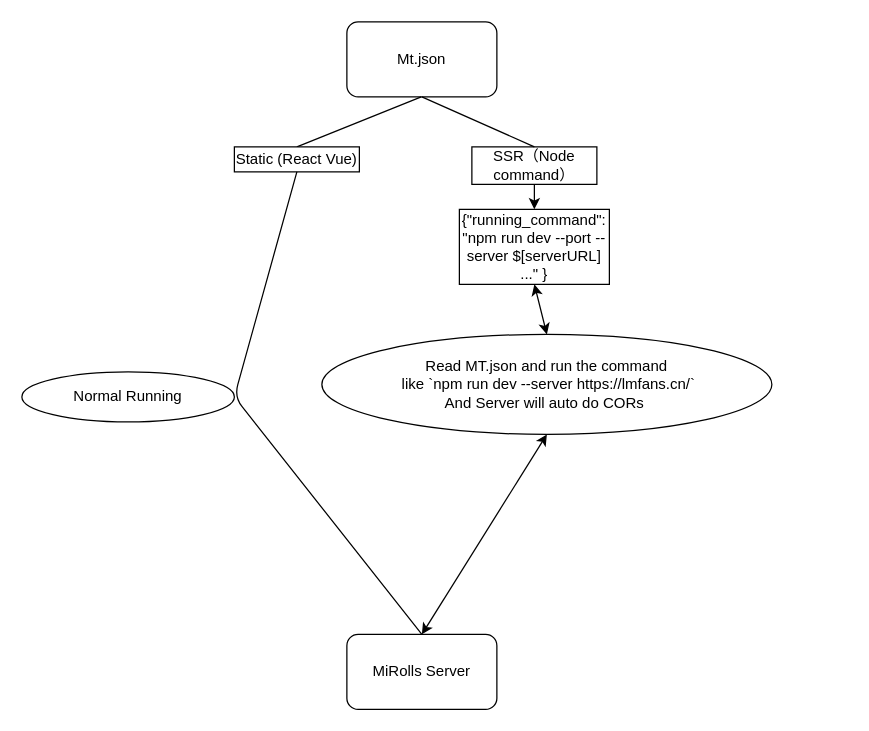
Before: mirolls.drawio in MiRolls/Sllor, a draw.io diagram. Source tidied: cells renumbered, new cells numbered last; positions are measured from the earlier drawing's top-left corner, leaving out a move shared by most shapes. Both pictures are drawn from the tidied source at 125%, with x=0, y=0 at pixel (21, 21).
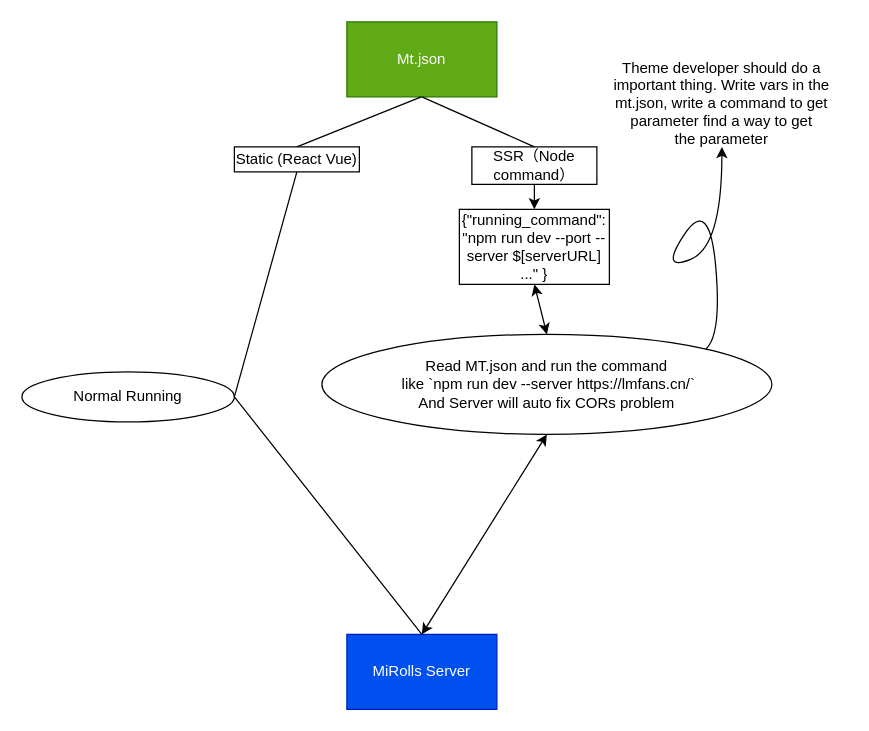
The same page after the edit.

The change refers to these unchanged cells:
```xml
<mxCell id="5" value="SSR（Node command）" style="rounded=0;whiteSpace=wrap;html=1;" parent="1" vertex="1">
  <mxGeometry x="360" y="100" width="100" height="30" as="geometry" />
</mxCell>
<mxCell id="6" value="Static (React Vue)" style="rounded=0;whiteSpace=wrap;html=1;" parent="1" vertex="1">
  <mxGeometry x="170" y="100" width="100" height="20" as="geometry" />
</mxCell>
<mxCell id="11" value="{&quot;running_command&quot;:&lt;br&gt;&quot;npm run dev --port --server $[serverURL] ...&quot; }" style="rounded=0;whiteSpace=wrap;html=1;" parent="1" vertex="1">
  <mxGeometry x="350" y="150" width="120" height="60" as="geometry" />
</mxCell>
```

What changed in the source:
```diff
@@
-    <mxCell id="2" value="MiRolls Server" style="rounded=1;whiteSpace=wrap;html=1;" parent="1" vertex="1">
+    <mxCell id="2" value="MiRolls Server" style="rounded=0;whiteSpace=wrap;html=1;fillColor=#0050ef;fontColor=#ffffff;strokeColor=#001DBC;" parent="1" vertex="1">
       <mxGeometry x="260" y="490" width="120" height="60" as="geometry" />
     </mxCell>
-    <mxCell id="3" value="Mt.json" style="rounded=1;whiteSpace=wrap;html=1;" parent="1" vertex="1">
+    <mxCell id="3" value="Mt.json" style="rounded=0;whiteSpace=wrap;html=1;fillColor=#60a917;fontColor=#ffffff;strokeColor=#2D7600;" parent="1" vertex="1">
       <mxGeometry x="260" width="120" height="60" as="geometry" />
     </mxCell>
-    <mxCell id="4" style="endArrow=none;html=1;exitX=0.5;exitY=0;exitDx=0;exitDy=0;" parent="1" edge="1" source="6">
+    <mxCell id="4" style="endArrow=none;html=1;exitX=0.5;exitY=0;exitDx=0;exitDy=0;rounded=0;" parent="1" edge="1" source="6">
       <mxGeometry relative="1" as="geometry">
         <mxPoint x="319.5" y="60" as="targetPoint" />
       </mxGeometry>
     </mxCell>
@@
-    <mxCell id="7" style="endArrow=none;html=1;exitX=0.5;exitY=0;exitDx=0;exitDy=0;entryX=0.5;entryY=1;entryDx=0;entryDy=0;" parent="1" edge="1" source="5" target="3">
+    <mxCell id="7" style="endArrow=none;html=1;exitX=0.5;exitY=0;exitDx=0;exitDy=0;entryX=0.5;entryY=1;entryDx=0;entryDy=0;rounded=0;" parent="1" edge="1" source="5" target="3">
       <mxGeometry relative="1" as="geometry" />
     </mxCell>
-    <mxCell id="8" value="Normal Running" style="ellipse;whiteSpace=wrap;html=1;" parent="1" vertex="1">
+    <mxCell id="8" value="Normal Running" style="ellipse;whiteSpace=wrap;html=1;rounded=0;" parent="1" vertex="1">
       <mxGeometry y="280" width="170" height="40" as="geometry" />
     </mxCell>
-    <mxCell id="9" style="endArrow=none;html=1;entryX=0.5;entryY=1;entryDx=0;entryDy=0;exitX=0.5;exitY=0;exitDx=0;exitDy=0;" parent="1" edge="1" source="2" target="6">
+    <mxCell id="9" style="endArrow=none;html=1;entryX=0.5;entryY=1;entryDx=0;entryDy=0;exitX=0.5;exitY=0;exitDx=0;exitDy=0;rounded=0;" parent="1" edge="1" source="2" target="6">
       <mxGeometry relative="1" as="geometry">
         <Array as="points">
           <mxPoint x="170" y="300" />
         </Array>
       </mxGeometry>
     </mxCell>
-    <mxCell id="10" value="Read MT.json and run the command&lt;br&gt;&amp;nbsp;like `npm run dev --server https://lmfans.cn/`&lt;br&gt;And Server will auto do CORs&amp;nbsp;" style="ellipse;whiteSpace=wrap;html=1;" parent="1" vertex="1">
+    <mxCell id="10" value="Read MT.json and run the command&lt;br&gt;&amp;nbsp;like `npm run dev --server https://lmfans.cn/`&lt;br&gt;And Server will auto fix CORs problem" style="ellipse;whiteSpace=wrap;html=1;rounded=0;" parent="1" vertex="1">
       <mxGeometry x="240" y="250" width="360" height="80" as="geometry" />
     </mxCell>
@@
-    <mxCell id="12" style="endArrow=classic;html=1;entryX=0.5;entryY=0;entryDx=0;entryDy=0;exitX=0.5;exitY=1;exitDx=0;exitDy=0;" parent="1" edge="1" source="5" target="11">
+    <mxCell id="12" style="endArrow=classic;html=1;entryX=0.5;entryY=0;entryDx=0;entryDy=0;exitX=0.5;exitY=1;exitDx=0;exitDy=0;rounded=0;" parent="1" edge="1" source="5" target="11">
       <mxGeometry relative="1" as="geometry" />
     </mxCell>
-    <mxCell id="13" style="endArrow=classic;startArrow=classic;html=1;entryX=0.5;entryY=1;entryDx=0;entryDy=0;exitX=0.5;exitY=0;exitDx=0;exitDy=0;" parent="1" edge="1" source="10" target="11">
+    <mxCell id="13" style="endArrow=classic;startArrow=classic;html=1;entryX=0.5;entryY=1;entryDx=0;entryDy=0;exitX=0.5;exitY=0;exitDx=0;exitDy=0;rounded=0;" parent="1" edge="1" source="10" target="11">
       <mxGeometry relative="1" as="geometry" />
     </mxCell>
-    <mxCell id="14" style="endArrow=classic;startArrow=classic;html=1;entryX=0.5;entryY=1;entryDx=0;entryDy=0;" parent="1" edge="1" target="10">
+    <mxCell id="14" style="endArrow=classic;startArrow=classic;html=1;entryX=0.5;entryY=1;entryDx=0;entryDy=0;rounded=0;" parent="1" edge="1" target="10">
       <mxGeometry relative="1" as="geometry">
         <mxPoint x="320" y="490" as="sourcePoint" />
       </mxGeometry>
     </mxCell>
+    <mxCell id="15" style="curved=1;endArrow=classic;html=1;exitX=1;exitY=0;exitDx=0;exitDy=0;" parent="1" edge="1" source="10">
+      <mxGeometry relative="1" as="geometry">
+        <mxPoint x="560" y="100" as="targetPoint" />
+        <Array as="points">
+          <mxPoint x="560" y="250" />
+          <mxPoint x="550" y="140" />
+          <mxPoint x="510" y="200" />
+          <mxPoint x="560" y="180" />
+        </Array>
+      </mxGeometry>
+    </mxCell>
+    <mxCell id="16" value="Theme developer should do a important thing. Write vars in the mt.json, write a command to get parameter&amp;nbsp;find a way to get the&amp;nbsp;parameter" style="text;html=1;strokeColor=none;fillColor=none;align=center;verticalAlign=middle;whiteSpace=wrap;rounded=0;" parent="1" vertex="1">
+      <mxGeometry x="460" y="30" width="200" height="70" as="geometry" />
+    </mxCell>
```
